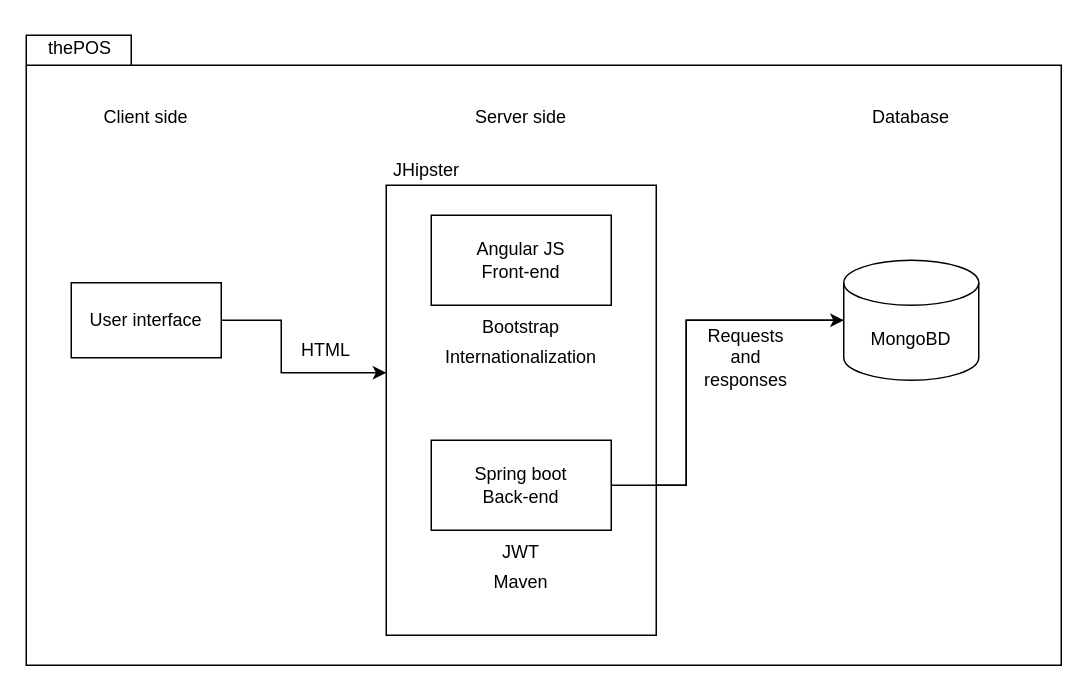
FAF-UTM/thePOS keeps this draw.io diagram as teamDirectory/thePOSd1.drawio. Above is the earlier version. Source tidied: cells renumbered, new cells numbered last; positions are measured from the earlier drawing's top-left corner, leaving out a move shared by most shapes. Both pictures are drawn from the tidied source at 150%, with x=0, y=0 at pixel (26, 26).
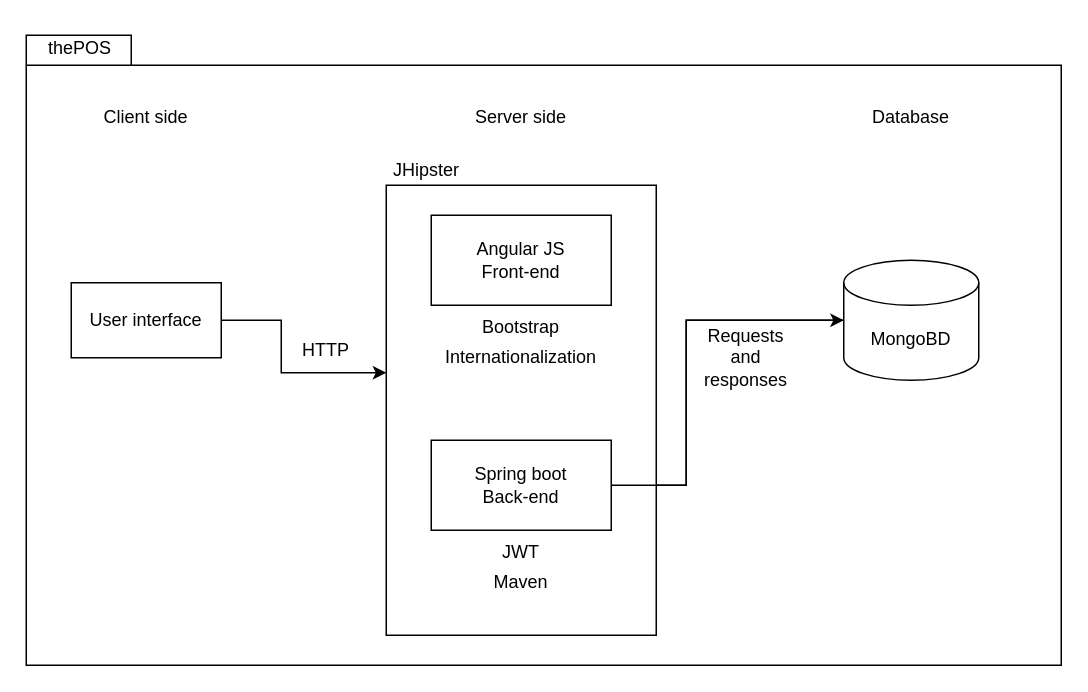
The same page after the edit.

Change to the diagram source:
```diff
@@
-    <mxCell id="17" value="HTML" style="text;html=1;strokeColor=none;fillColor=none;align=center;verticalAlign=middle;whiteSpace=wrap;rounded=0;" parent="1" vertex="1">
+    <mxCell id="17" value="HTTP" style="text;html=1;strokeColor=none;fillColor=none;align=center;verticalAlign=middle;whiteSpace=wrap;rounded=0;" parent="1" vertex="1">
       <mxGeometry x="170" y="201" width="60" height="30" as="geometry" />
     </mxCell>
```
